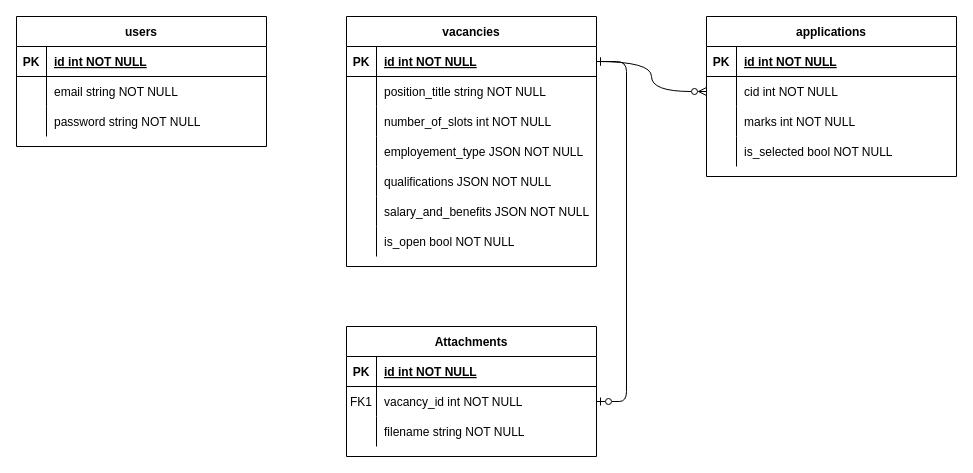
This is bdbl-e-recruitment.drawio from mrraindrop555/aaa, a draw.io file, before an edit. Source tidied: cells renumbered, new cells numbered last; positions are measured from the earlier drawing's top-left corner, leaving out a move shared by most shapes. Both pictures are drawn from the tidied source at 100%, with x=0, y=0 at pixel (16, 16).
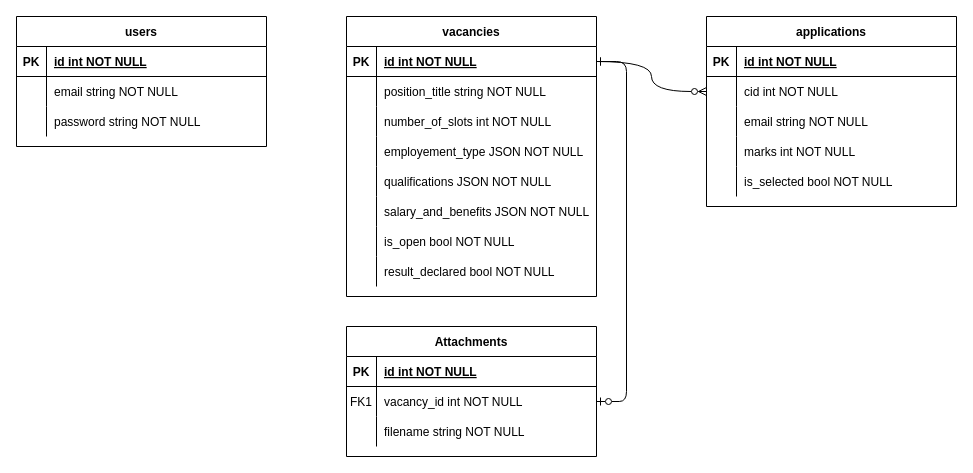
Above is the later version.

The edit, as a diff of the source:
```diff
@@
     <mxCell id="3" value="vacancies" style="shape=table;startSize=30;childLayout=tableLayout;rowLines=0;fontStyle=1;align=center;" parent="1" vertex="1">
-      <mxGeometry x="330" width="250" height="250" as="geometry" />
+      <mxGeometry x="330" width="250" height="280" as="geometry" />
     </mxCell>
@@
+    <mxCell id="59" style="shape=partialRectangle;fillColor=none;top=0;left=0;right=0;bottom=0;" parent="3" vertex="1">
+      <mxGeometry y="210" width="250" height="30" as="geometry" />
+    </mxCell>
+    <mxCell id="60" style="shape=partialRectangle;overflow=hidden;fillColor=none;top=0;left=0;bottom=0;right=0;" parent="59" vertex="1">
+      <mxGeometry width="30" height="30" as="geometry" />
+    </mxCell>
+    <mxCell id="61" value="is_open bool NOT NULL" style="shape=partialRectangle;overflow=hidden;fillColor=none;top=0;left=0;bottom=0;right=0;align=left;spacingLeft=6;" parent="59" vertex="1">
+      <mxGeometry x="30" width="220" height="30" as="geometry" />
+    </mxCell>
     <mxCell id="22" style="shape=partialRectangle;fillColor=none;top=0;left=0;right=0;bottom=0;" parent="3" vertex="1">
-      <mxGeometry y="210" width="250" height="30" as="geometry" />
+      <mxGeometry y="240" width="250" height="30" as="geometry" />
     </mxCell>
@@
-    <mxCell id="24" value="is_open bool NOT NULL" style="shape=partialRectangle;overflow=hidden;fillColor=none;top=0;left=0;bottom=0;right=0;align=left;spacingLeft=6;" parent="22" vertex="1">
+    <mxCell id="24" value="result_declared bool NOT NULL" style="shape=partialRectangle;overflow=hidden;fillColor=none;top=0;left=0;bottom=0;right=0;align=left;spacingLeft=6;" parent="22" vertex="1">
       <mxGeometry x="30" width="220" height="30" as="geometry" />
     </mxCell>
@@
     <mxCell id="45" value="applications" style="shape=table;startSize=30;childLayout=tableLayout;rowLines=0;fontStyle=1;align=center;" parent="1" vertex="1">
-      <mxGeometry x="690" width="250" height="160" as="geometry" />
+      <mxGeometry x="690" width="250" height="190" as="geometry" />
     </mxCell>
@@
+    <mxCell id="62" style="shape=partialRectangle;fillColor=none;top=0;left=0;right=0;bottom=0;" parent="45" vertex="1">
+      <mxGeometry y="90" width="250" height="30" as="geometry" />
+    </mxCell>
+    <mxCell id="63" style="shape=partialRectangle;overflow=hidden;fillColor=none;top=0;left=0;bottom=0;right=0;" parent="62" vertex="1">
+      <mxGeometry width="30" height="30" as="geometry" />
+    </mxCell>
+    <mxCell id="64" value="email string NOT NULL" style="shape=partialRectangle;overflow=hidden;fillColor=none;top=0;left=0;bottom=0;right=0;align=left;spacingLeft=6;" parent="62" vertex="1">
+      <mxGeometry x="30" width="220" height="30" as="geometry" />
+    </mxCell>
     <mxCell id="52" style="shape=partialRectangle;fillColor=none;top=0;left=0;right=0;bottom=0;" parent="45" vertex="1">
-      <mxGeometry y="90" width="250" height="30" as="geometry" />
+      <mxGeometry y="120" width="250" height="30" as="geometry" />
     </mxCell>
@@
     <mxCell id="55" style="shape=partialRectangle;fillColor=none;top=0;left=0;right=0;bottom=0;" parent="45" vertex="1">
-      <mxGeometry y="120" width="250" height="30" as="geometry" />
+      <mxGeometry y="150" width="250" height="30" as="geometry" />
     </mxCell>
```
